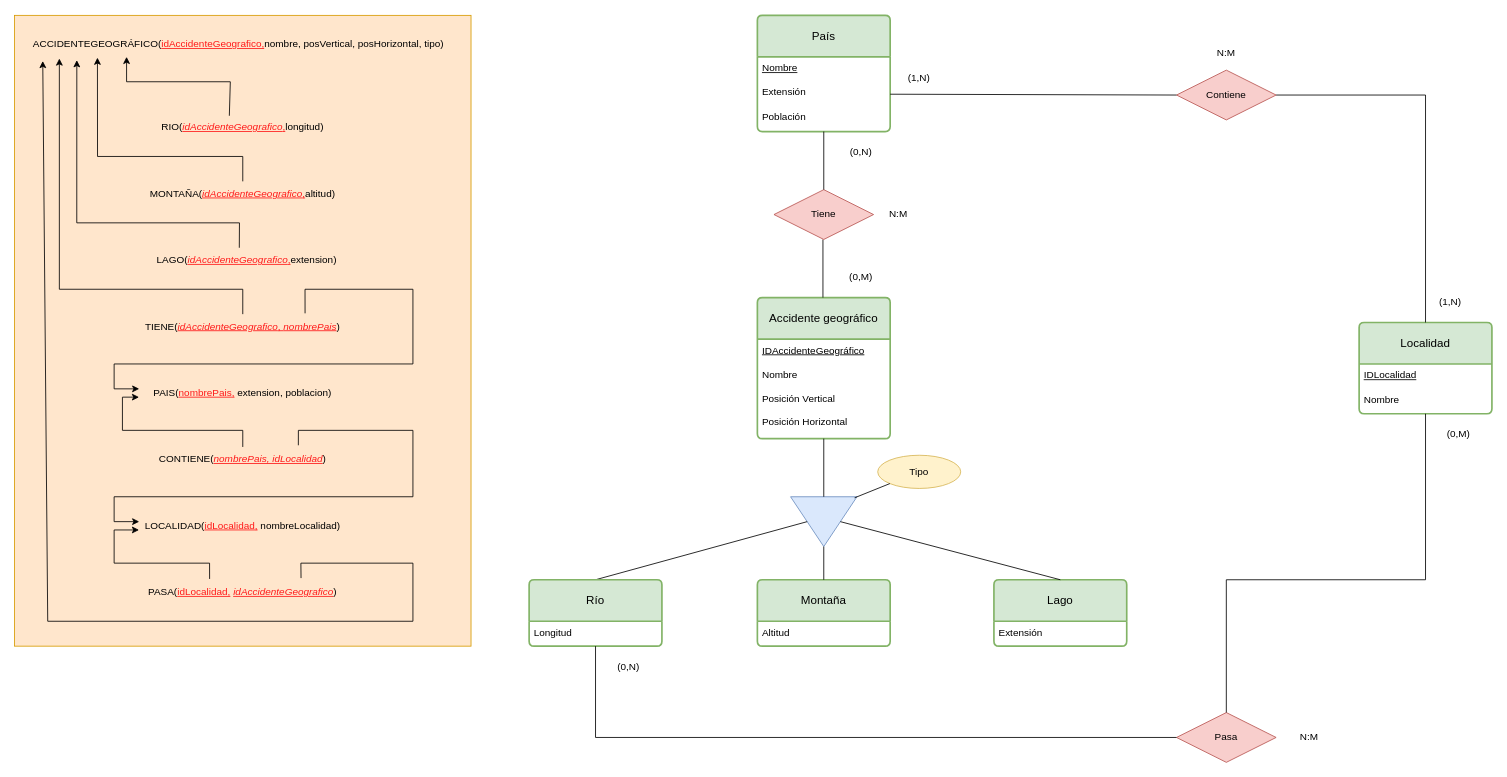
RubenAC1999/Clase keeps this draw.io diagram as BasesDatos/Tema 6/ActividadBD6.1.1.drawio. Above is the earlier version. Source tidied: cells renumbered, new cells numbered last; positions are measured from the earlier drawing's top-left corner, leaving out a move shared by most shapes. Both pictures are drawn from the tidied source at 83%, with x=0, y=0 at pixel (14, 15).
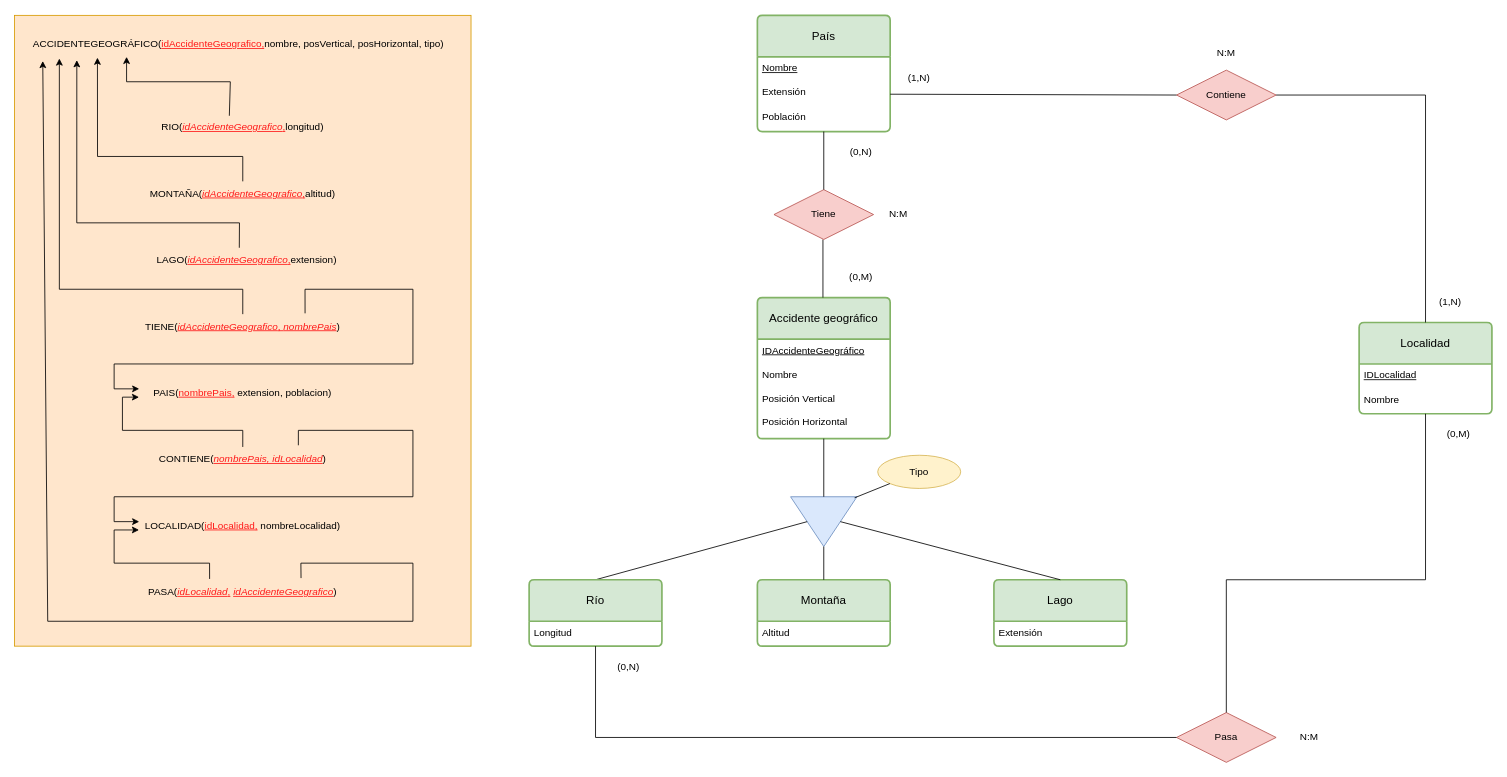
The same page after the edit.

Change to the diagram source:
```diff
@@
-    <mxCell id="18" value="PASA(&lt;font style=&quot;text-decoration-line: underline;&quot; color=&quot;#ff1919&quot;&gt;idLocalidad,&lt;/font&gt;&amp;nbsp;&lt;font color=&quot;#ff1919&quot;&gt;&lt;u&gt;&lt;i&gt;idAccidenteGeografico&lt;/i&gt;&lt;/u&gt;&lt;/font&gt;)" style="text;html=1;strokeColor=none;fillColor=none;align=center;verticalAlign=middle;whiteSpace=wrap;rounded=0;" parent="1" vertex="1">
+    <mxCell id="18" value="PASA(&lt;font style=&quot;text-decoration-line: underline;&quot; color=&quot;#ff1919&quot;&gt;&lt;i&gt;idLocalidad&lt;/i&gt;,&lt;/font&gt;&amp;nbsp;&lt;font color=&quot;#ff1919&quot;&gt;&lt;u&gt;&lt;i&gt;idAccidenteGeografico&lt;/i&gt;&lt;/u&gt;&lt;/font&gt;)" style="text;html=1;strokeColor=none;fillColor=none;align=center;verticalAlign=middle;whiteSpace=wrap;rounded=0;" parent="1" vertex="1">
       <mxGeometry x="5" y="680" width="540" height="30" as="geometry" />
     </mxCell>
```
